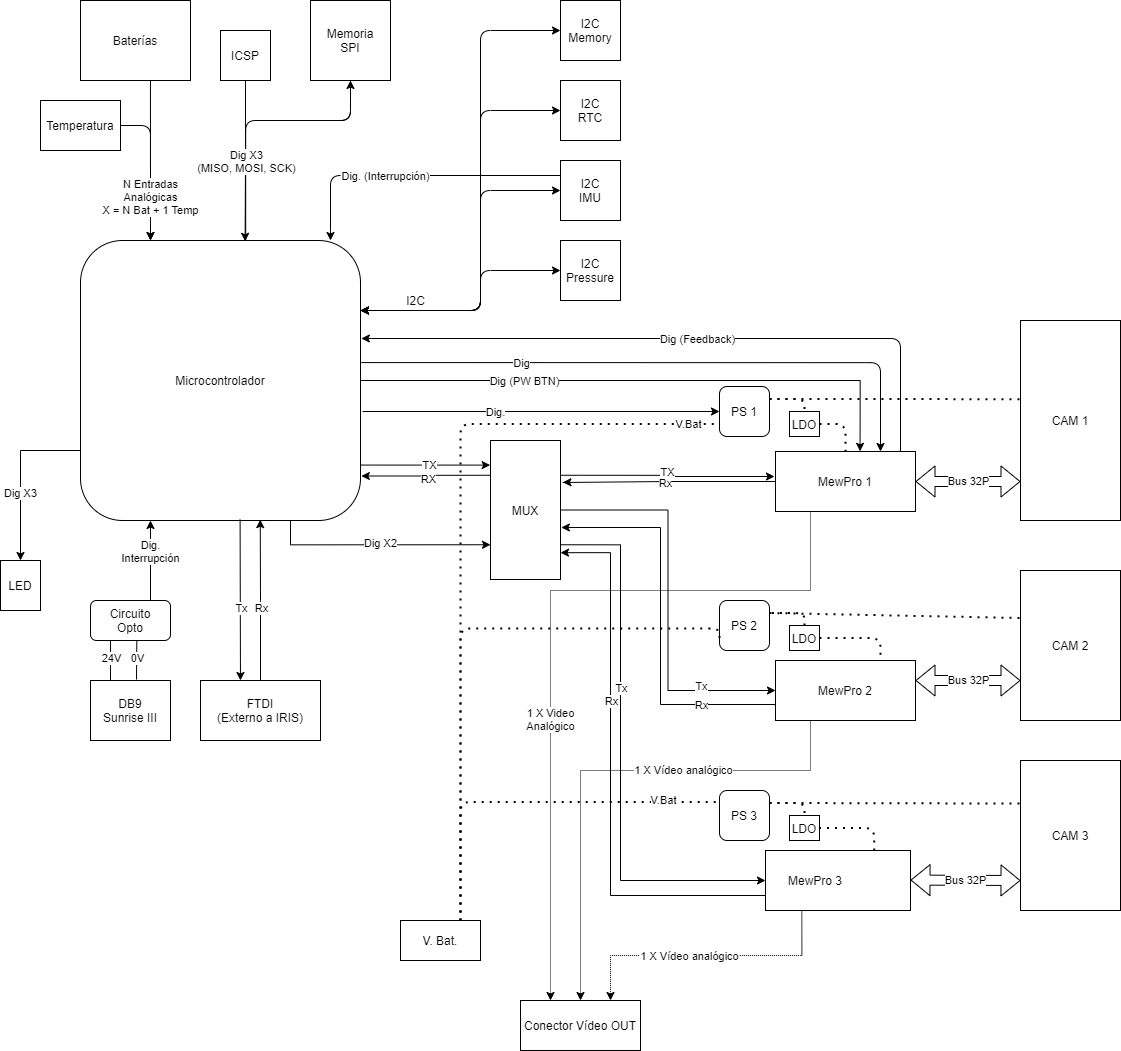
The draw.io diagram IRIS2/01-Design/schematics/IRIS_2 - CPU PCB Block_Diagram.png in bultza/IRIS2-hardware, before a commit. Source tidied: cells renumbered, new cells last; positions are measured from the earlier drawing's top-left corner, leaving out a move shared by most shapes.
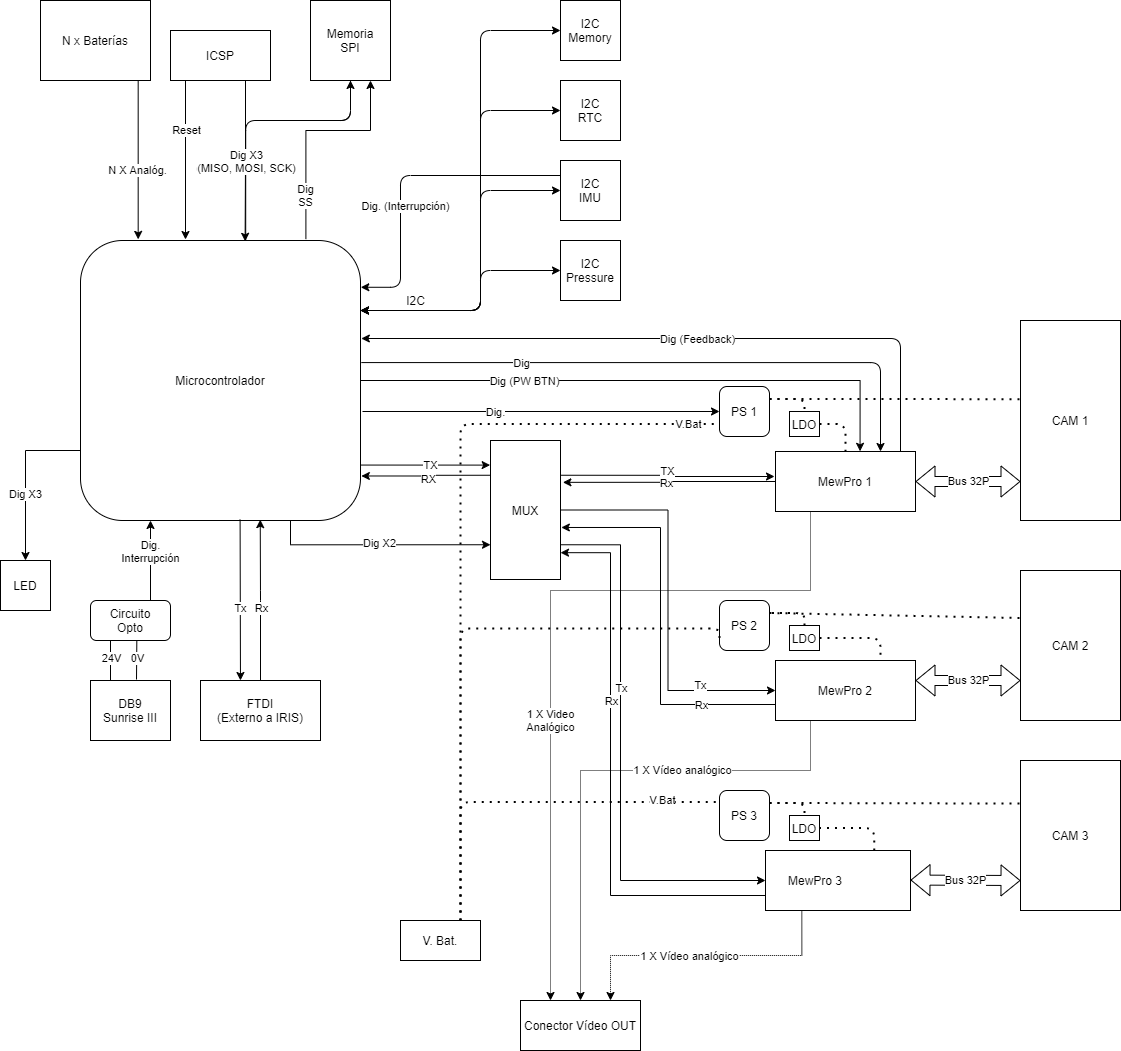
Above is the later version.

Commit message:
Añadido Reset y señal SS de SPI

Change to the diagram source:
```diff
@@ -25,18 +25,28 @@
     <mxCell id="8" value="Dig X2" style="edgeLabel;html=1;align=center;verticalAlign=middle;" parent="7" vertex="1">
       <mxGeometry x="0.01" y="2" relative="1" as="geometry" />
     </mxCell>
+    <mxCell id="110" style="edgeStyle=orthogonalEdgeStyle;rounded=0;jettySize=auto;html=1;exitX=0.805;exitY=-0.005;exitDx=0;exitDy=0;entryX=0.75;entryY=1;entryDx=0;entryDy=0;exitPerimeter=0;" parent="1" edge="1" source="9" target="71">
+      <mxGeometry relative="1" as="geometry">
+        <Array as="points">
+          <mxPoint x="305" y="130" />
+          <mxPoint x="370" y="130" />
+        </Array>
+      </mxGeometry>
+    </mxCell>
+    <mxCell id="111" value="Dig&lt;br&gt;SS" style="edgeLabel;html=1;align=center;verticalAlign=middle;" parent="110" vertex="1">
+      <mxGeometry x="-0.61" y="1" relative="1" as="geometry" />
+    </mxCell>
     <mxCell id="9" value="Microcontrolador" style="rounded=1;whiteSpace=wrap;html=1;" parent="1" vertex="1">
       <mxGeometry x="80" y="240" width="280" height="280" as="geometry" />
     </mxCell>
     <mxCell id="10" style="rounded=0;whiteSpace=wrap;html=1;" parent="1" vertex="1">
       <mxGeometry x="560" width="60" height="60" as="geometry" />
     </mxCell>
-    <mxCell id="11" style="edgeStyle=orthogonalEdgeStyle;jettySize=auto;html=1;exitX=0;exitY=0.25;exitDx=0;exitDy=0;" parent="1" edge="1" source="13">
+    <mxCell id="11" style="edgeStyle=orthogonalEdgeStyle;jettySize=auto;html=1;exitX=0;exitY=0.25;exitDx=0;exitDy=0;entryX=1.001;entryY=0.167;entryDx=0;entryDy=0;entryPerimeter=0;" parent="1" edge="1" source="13" target="9">
       <mxGeometry relative="1" as="geometry">
-        <mxPoint x="330" y="240" as="targetPoint" />
         <Array as="points">
-          <mxPoint x="330" y="175" />
-          <mxPoint x="330" y="240" />
+          <mxPoint x="400" y="175" />
+          <mxPoint x="400" y="287" />
         </Array>
       </mxGeometry>
     </mxCell>
@@ -355,30 +365,33 @@
     <mxCell id="84" value="0V" style="edgeLabel;html=1;align=center;verticalAlign=middle;" parent="83" vertex="1">
       <mxGeometry x="0.16" relative="1" as="geometry" />
     </mxCell>
+    <mxCell id="112" style="edgeStyle=orthogonalEdgeStyle;rounded=0;jettySize=auto;html=1;exitX=0.148;exitY=0.998;exitDx=0;exitDy=0;exitPerimeter=0;" parent="1" edge="1" source="85">
+      <mxGeometry relative="1" as="geometry">
+        <mxPoint x="185" y="239" as="targetPoint" />
+        <Array as="points">
+          <mxPoint x="185" y="239" />
+        </Array>
+      </mxGeometry>
+    </mxCell>
+    <mxCell id="113" value="Reset" style="edgeLabel;html=1;align=center;verticalAlign=middle;" parent="112" vertex="1">
+      <mxGeometry x="-0.37" relative="1" as="geometry" />
+    </mxCell>
     <mxCell id="85" value="ICSP" style="rounded=0;whiteSpace=wrap;html=1;" parent="1" vertex="1">
-      <mxGeometry x="220" y="30" width="50" height="50" as="geometry" />
+      <mxGeometry x="170" y="30" width="100" height="50" as="geometry" />
     </mxCell>
-    <mxCell id="86" style="edgeStyle=orthogonalEdgeStyle;jettySize=auto;html=1;exitX=0.636;exitY=1;exitDx=0;exitDy=0;entryX=0.25;entryY=0;entryDx=0;entryDy=0;exitPerimeter=0;" parent="1" edge="1" source="87" target="9">
+    <mxCell id="86" style="edgeStyle=orthogonalEdgeStyle;rounded=0;jettySize=auto;html=1;exitX=0.888;exitY=0.999;exitDx=0;exitDy=0;entryX=0.206;entryY=-0.004;entryDx=0;entryDy=0;entryPerimeter=0;exitPerimeter=0;" parent="1" edge="1" source="87" target="9">
       <mxGeometry relative="1" as="geometry" />
     </mxCell>
+    <mxCell id="114" value="N X Analóg." style="edgeLabel;html=1;align=center;verticalAlign=middle;" parent="86" vertex="1">
+      <mxGeometry x="0.13" y="-1" relative="1" as="geometry" />
+    </mxCell>
-    <mxCell id="87" value="Baterías" style="rounded=0;whiteSpace=wrap;html=1;" parent="1" vertex="1">
-      <mxGeometry x="80" width="110" height="80" as="geometry" />
+    <mxCell id="87" value="N x Baterías" style="rounded=0;whiteSpace=wrap;html=1;" parent="1" vertex="1">
+      <mxGeometry x="40" width="110" height="80" as="geometry" />
     </mxCell>
-    <mxCell id="88" style="edgeStyle=orthogonalEdgeStyle;jettySize=auto;html=1;exitX=1;exitY=0.5;exitDx=0;exitDy=0;entryX=0.25;entryY=0;entryDx=0;entryDy=0;" parent="1" edge="1" source="90" target="9">
-      <mxGeometry relative="1" as="geometry" />
-    </mxCell>
-    <mxCell id="89" value="N Entradas&lt;br&gt;Analógicas&lt;br&gt;X = N Bat + 1 Temp" style="edgeLabel;html=1;align=center;verticalAlign=middle;" parent="88" vertex="1">
-      <mxGeometry x="0.07" y="-1" relative="1" as="geometry">
-        <mxPoint y="24.9" as="offset" />
-      </mxGeometry>
-    </mxCell>
-    <mxCell id="90" value="Temperatura" style="rounded=0;whiteSpace=wrap;html=1;" parent="1" vertex="1">
-      <mxGeometry x="40" y="100" width="80" height="50" as="geometry" />
-    </mxCell>
     <mxCell id="91" value="LED" style="rounded=0;whiteSpace=wrap;html=1;" parent="1" vertex="1">
-      <mxGeometry y="560" width="40" height="50" as="geometry" />
+      <mxGeometry y="560" width="50" height="50" as="geometry" />
     </mxCell>
-    <mxCell id="92" style="endArrow=classic;html=1;exitX=0.5;exitY=1;exitDx=0;exitDy=0;entryX=0.588;entryY=0.003;entryDx=0;entryDy=0;entryPerimeter=0;edgeStyle=orthogonalEdgeStyle;" parent="1" edge="1" source="85" target="9">
+    <mxCell id="92" style="endArrow=classic;html=1;exitX=0.75;exitY=1;exitDx=0;exitDy=0;entryX=0.588;entryY=0.003;entryDx=0;entryDy=0;entryPerimeter=0;edgeStyle=orthogonalEdgeStyle;" parent="1" edge="1" source="85" target="9">
       <mxGeometry relative="1" as="geometry" />
     </mxCell>
     <mxCell id="93" value="Dig X3&lt;br&gt;(MISO, MOSI, SCK)" style="edgeLabel;html=1;align=center;verticalAlign=middle;" parent="92" vertex="1">
```
